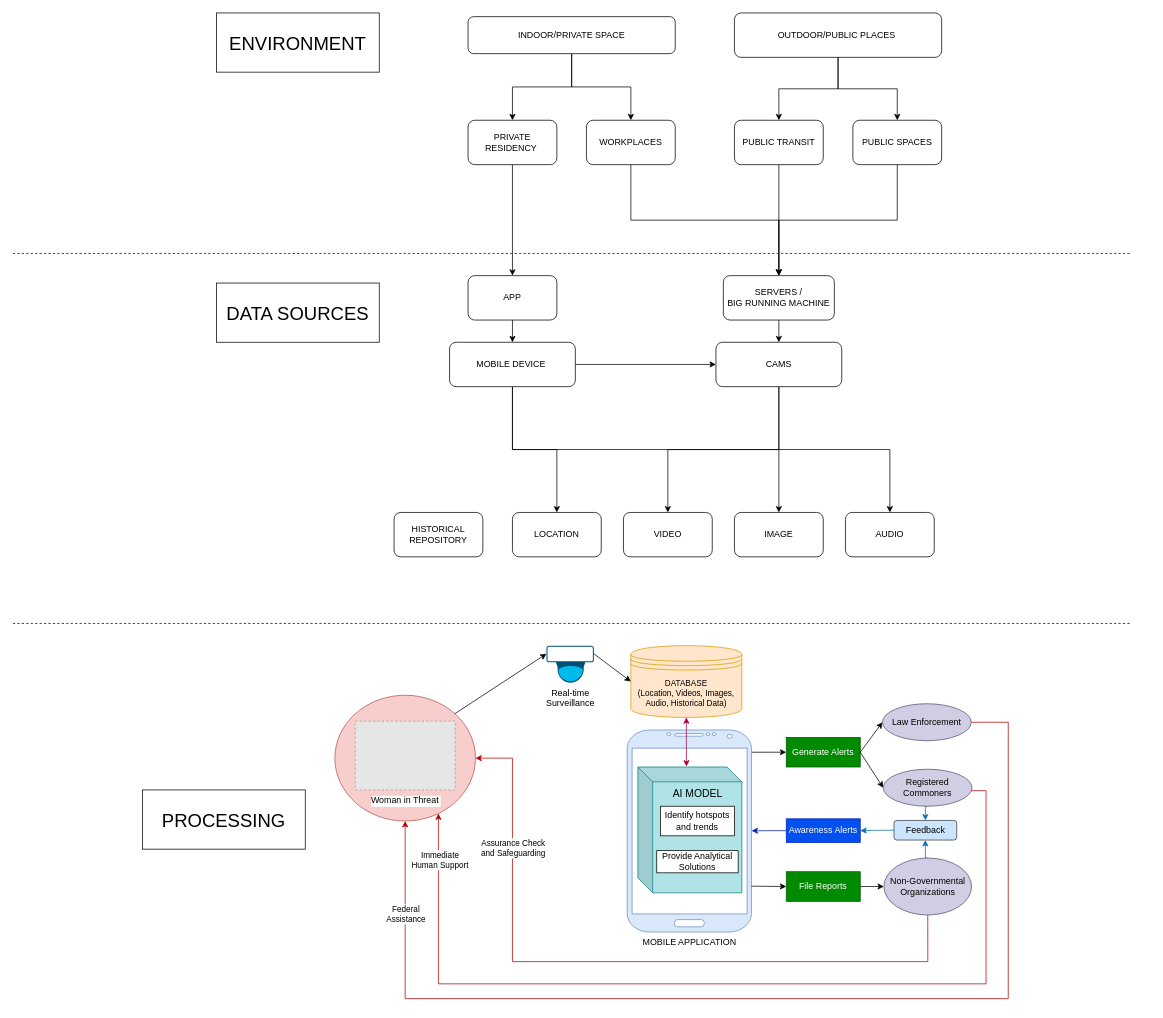
Above: page "Working" (1 of 6) of (SIH1605) FlowChart.drawio in Tushar7436/SIH-1605--Women-Safety (draw.io), before the change. Source tidied: cells renumbered, new cells numbered last; positions are measured from the earlier drawing's top-left corner, leaving out a move shared by most shapes. Both pictures are drawn from the tidied source at 74%, with x=0, y=0 at pixel (13, 13). Pictures stored in the file or linked from it are replaced by grey dashed boxes.
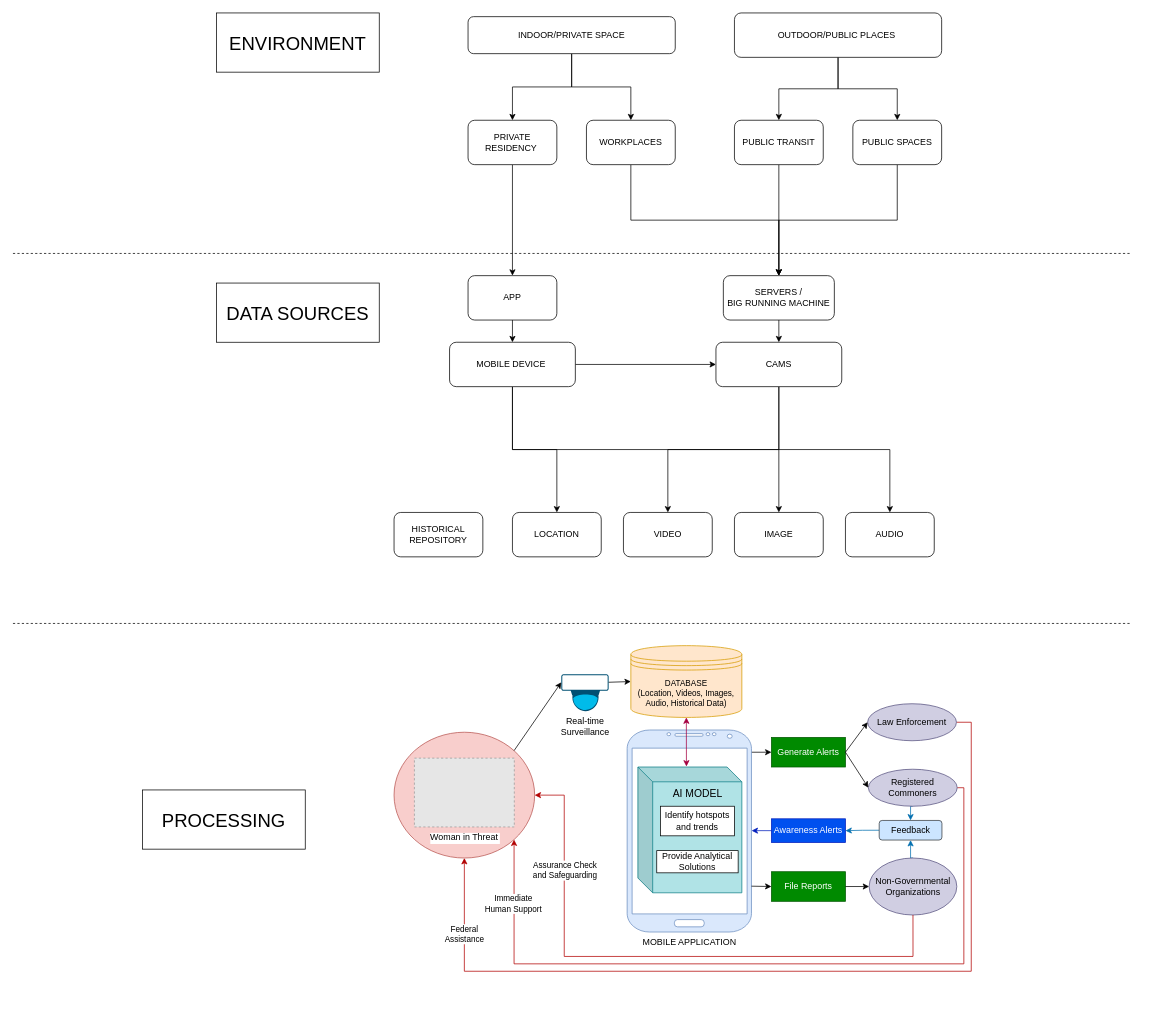
The same diagram, later.

What changed in the source:
```diff
@@
     <mxCell id="4" style="ellipse;whiteSpace=wrap;html=1;fillColor=#f8cecc;strokeColor=#b85450;" parent="1" vertex="1">
-      <mxGeometry x="435" y="922" width="190" height="170" as="geometry" />
+      <mxGeometry x="515" y="972" width="190" height="170" as="geometry" />
     </mxCell>
@@
     <mxCell id="30" value="Generate Alerts" style="whiteSpace=wrap;html=1;fillColor=#008a00;strokeColor=#005700;fontColor=#ffffff;" parent="1" vertex="1">
-      <mxGeometry x="1045" y="979" width="100" height="40" as="geometry" />
+      <mxGeometry x="1025" y="979" width="100" height="40" as="geometry" />
     </mxCell>
@@
-    <mxCell id="45" style="edgeStyle=orthogonalEdgeStyle;rounded=0;jettySize=auto;html=1;exitX=1;exitY=0.5;exitDx=0;exitDy=0;entryX=0.5;entryY=1;entryDx=0;entryDy=0;fillColor=#e51400;strokeColor=#B20000;" parent="1" edge="1" source="47" target="4">
+    <mxCell id="45" style="edgeStyle=orthogonalEdgeStyle;rounded=0;jettySize=auto;html=1;exitX=1;exitY=0.5;exitDx=0;exitDy=0;entryX=0.5;entryY=1;entryDx=0;entryDy=0;strokeColor=#b20000;" parent="1" edge="1" source="47" target="4">
       <mxGeometry relative="1" as="geometry">
         <Array as="points">
-          <mxPoint x="1345" y="959" />
-          <mxPoint x="1345" y="1332" />
-          <mxPoint x="530" y="1332" />
+          <mxPoint x="1295" y="959" />
+          <mxPoint x="1295" y="1295" />
+          <mxPoint x="610" y="1295" />
         </Array>
       </mxGeometry>
     </mxCell>
     <mxCell id="46" value="Federal&lt;br&gt;Assistance" style="edgeLabel;html=1;align=center;verticalAlign=middle;" parent="45" vertex="1">
-      <mxGeometry x="0.83" relative="1" as="geometry" />
+      <mxGeometry x="0.83" y="1" relative="1" as="geometry">
+        <mxPoint y="1" as="offset" />
+      </mxGeometry>
     </mxCell>
     <mxCell id="47" value="Law Enforcement" style="ellipse;whiteSpace=wrap;html=1;fillColor=#d0cee2;strokeColor=#56517e;" parent="1" vertex="1">
-      <mxGeometry x="1175" y="933.5" width="120" height="50" as="geometry" />
+      <mxGeometry x="1155" y="933.5" width="120" height="50" as="geometry" />
     </mxCell>
@@
+    <mxCell id="71" style="edgeStyle=orthogonalEdgeStyle;rounded=0;jettySize=auto;html=1;exitX=1;exitY=0.5;exitDx=0;exitDy=0;entryX=1;entryY=1;entryDx=0;entryDy=0;strokeColor=#b20000;" parent="1" edge="1" source="49" target="4">
+      <mxGeometry relative="1" as="geometry">
+        <Array as="points">
+          <mxPoint x="1285" y="1047" />
+          <mxPoint x="1285" y="1285" />
+          <mxPoint x="677" y="1285" />
+        </Array>
+      </mxGeometry>
+    </mxCell>
+    <mxCell id="62" value="Immediate&lt;br&gt;Human Support" style="edgeLabel;html=1;align=center;verticalAlign=middle;" parent="71" vertex="1">
+      <mxGeometry x="0.83" y="2" relative="1" as="geometry" />
+    </mxCell>
     <mxCell id="49" value="Registered Commoners" style="ellipse;whiteSpace=wrap;html=1;fillColor=#d0cee2;strokeColor=#56517e;" parent="1" vertex="1">
-      <mxGeometry x="1176" y="1022" width="120" height="50" as="geometry" />
+      <mxGeometry x="1156" y="1022" width="120" height="50" as="geometry" />
     </mxCell>
@@
     <mxCell id="51" value="Non-Governmental Organizations" style="ellipse;whiteSpace=wrap;html=1;fillColor=#d0cee2;strokeColor=#56517e;" parent="1" vertex="1">
-      <mxGeometry x="1177" y="1142" width="118.5" height="77" as="geometry" />
+      <mxGeometry x="1157" y="1142" width="118.5" height="77" as="geometry" />
     </mxCell>
     <mxCell id="52" value="Real-time&lt;br&gt;Surveillance" style="points=[[0.015,0.015,0],[0.5,0,0],[0.985,0.015,0],[1,0.22,0],[0.985,0.43,0],[0.73,0.85,0],[0.5,1,0],[0.285,0.85,0],[0.015,0.43,0],[0,0.22,0]];verticalLabelPosition=bottom;sketch=0;html=1;verticalAlign=top;align=center;shape=mxgraph.cisco19.surveillance_camera;fillColor=#005073;strokeColor=none;" parent="1" vertex="1">
-      <mxGeometry x="721" y="855" width="64" height="50" as="geometry" />
+      <mxGeometry x="741" y="893.5" width="64" height="50" as="geometry" />
     </mxCell>
@@
     <mxCell id="56" value="File Reports" style="whiteSpace=wrap;html=1;fillColor=#008a00;strokeColor=#005700;fontColor=#ffffff;" parent="1" vertex="1">
-      <mxGeometry x="1045" y="1160.5" width="100" height="40" as="geometry" />
+      <mxGeometry x="1025" y="1160.5" width="100" height="40" as="geometry" />
     </mxCell>
@@
-    <mxCell id="61" style="edgeStyle=orthogonalEdgeStyle;rounded=0;jettySize=auto;html=1;exitX=1;exitY=0.5;exitDx=0;exitDy=0;fillColor=#e51400;strokeColor=#B20000;" parent="1" edge="1" target="4">
-      <mxGeometry relative="1" as="geometry">
-        <mxPoint x="1295" y="1051" as="sourcePoint" />
-        <Array as="points">
-          <mxPoint x="1315" y="1051" />
-          <mxPoint x="1315" y="1312" />
-          <mxPoint x="575" y="1312" />
-        </Array>
-      </mxGeometry>
-    </mxCell>
-    <mxCell id="62" value="Immediate&lt;br&gt;Human Support" style="edgeLabel;html=1;align=center;verticalAlign=middle;" parent="61" vertex="1">
-      <mxGeometry x="0.9" y="-1" relative="1" as="geometry" />
-    </mxCell>
     <mxCell id="63" style="edgeStyle=orthogonalEdgeStyle;rounded=0;jettySize=auto;html=1;exitX=0.5;exitY=1;exitDx=0;exitDy=0;fillColor=#e51400;strokeColor=#B20000;entryX=1;entryY=0.5;entryDx=0;entryDy=0;" parent="1" edge="1" source="51" target="4">
       <mxGeometry relative="1" as="geometry">
         <Array as="points">
-          <mxPoint x="1236" y="1282" />
-          <mxPoint x="675" y="1282" />
-          <mxPoint x="675" y="1007" />
+          <mxPoint x="1216" y="1275" />
+          <mxPoint x="745" y="1275" />
+          <mxPoint x="745" y="1057" />
         </Array>
       </mxGeometry>
     </mxCell>
@@
     <mxCell id="65" value="Awareness Alerts" style="whiteSpace=wrap;html=1;fillColor=#0050ef;strokeColor=#001DBC;fontColor=#ffffff;" parent="1" vertex="1">
-      <mxGeometry x="1045" y="1089" width="100" height="32" as="geometry" />
+      <mxGeometry x="1025" y="1089" width="100" height="32" as="geometry" />
     </mxCell>
@@
     <mxCell id="68" value="Feedback" style="rounded=1;whiteSpace=wrap;html=1;fillColor=#cce5ff;strokeColor=#36393d;" parent="1" vertex="1">
-      <mxGeometry x="1190.6" y="1091.2" width="84.8" height="26.5" as="geometry" />
+      <mxGeometry x="1170.6" y="1091.2" width="84.8" height="26.5" as="geometry" />
     </mxCell>
     <mxCell id="69" value="Woman in Threat" style="fillColor=#E6E6E6;strokeColor=#999999;dashed=1;verticalLabelPosition=bottom;labelBackgroundColor=default;verticalAlign=top;" parent="1" vertex="1">
-      <mxGeometry x="462.5" y="957" width="135" height="93" as="geometry" />
+      <mxGeometry x="542.5" y="1007" width="135" height="93" as="geometry" />
     </mxCell>
```
